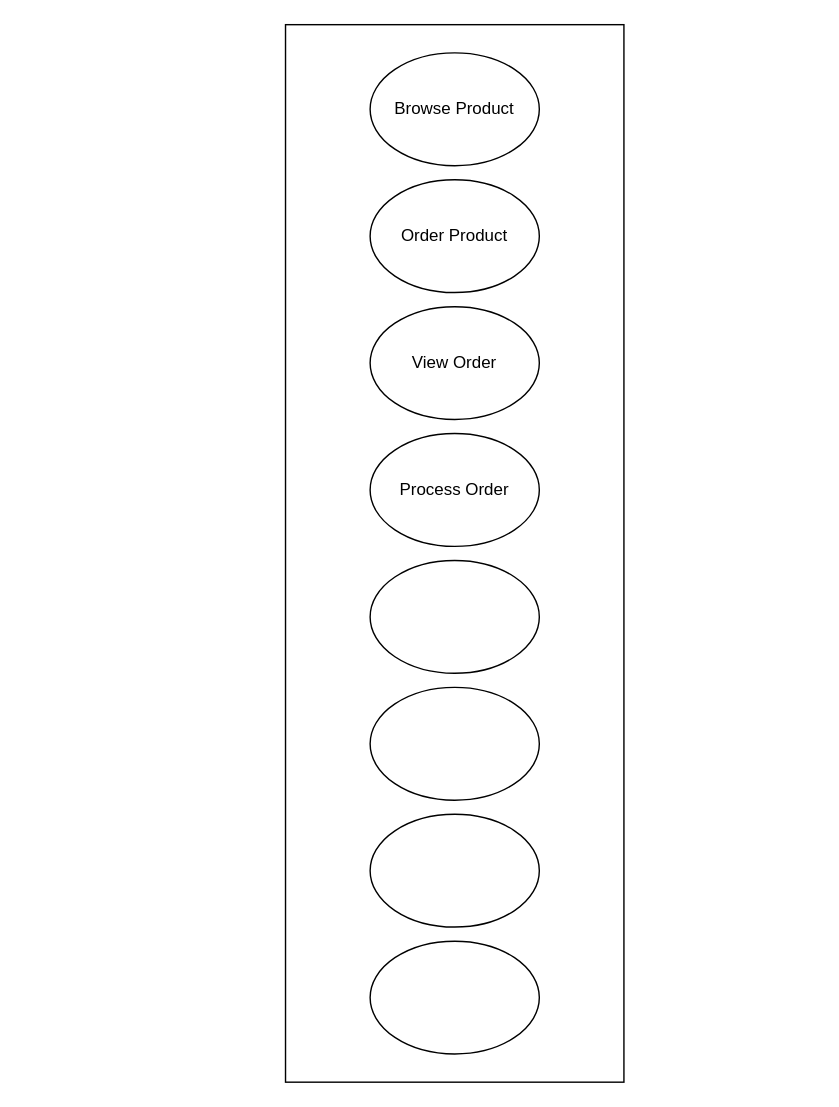
This is page "Use_Case_Diagram" (1 of 4) of Project_Diagrams.drawio from stephencdevaney/TTU_CS5363_Software_Project_Management, a draw.io file, before an edit. Source tidied: cells renumbered, new cells numbered last; positions are measured from the earlier drawing's top-left corner, leaving out a move shared by most shapes. Both pictures are drawn from the tidied source at 141%, with x=0, y=0 at pixel (285, 24).
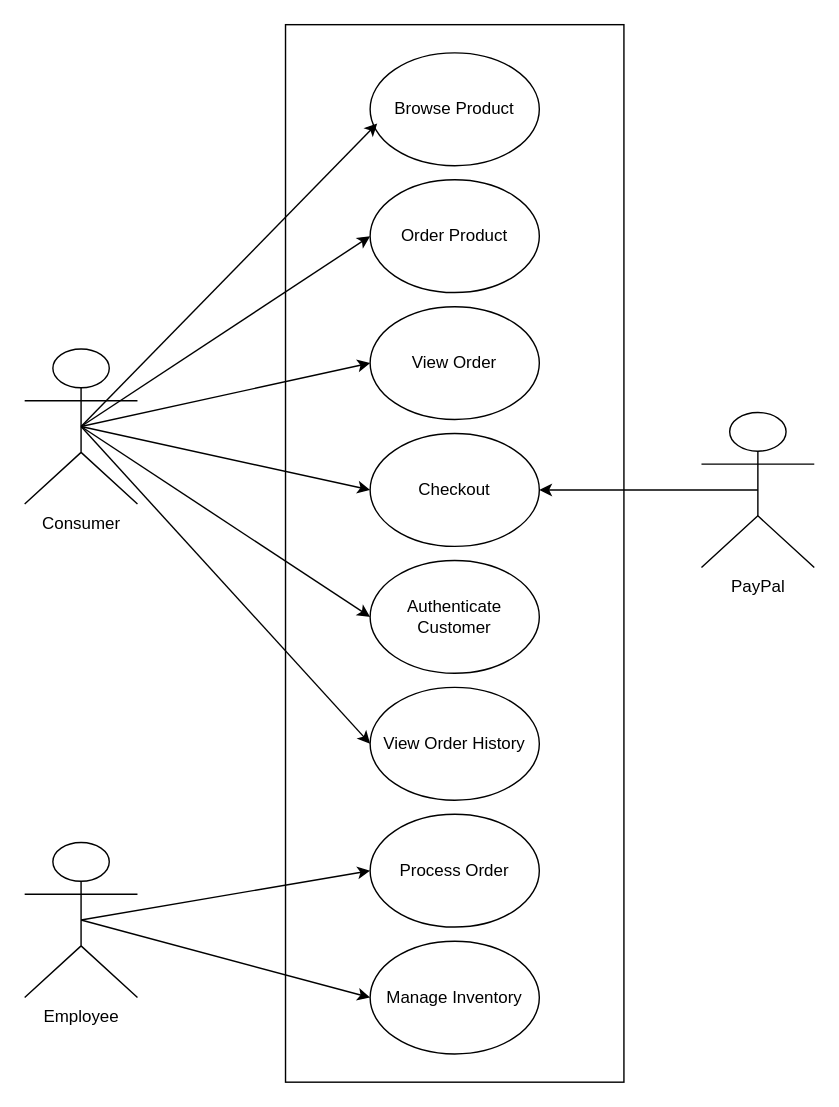
Above is the later version.

Commit message:
Update completed Use Case Diagram

Unchanged cells that the change refers to:
```xml
<mxCell id="2" style="group;" parent="1" vertex="1">
  <mxGeometry width="240" height="750" as="geometry" />
</mxCell>
<mxCell id="4" value="Browse Product" style="ellipse;whiteSpace=wrap;html=1;" parent="2" vertex="1">
  <mxGeometry x="60" y="20" width="120" height="80" as="geometry" />
</mxCell>
<mxCell id="5" value="Order Product" style="ellipse;whiteSpace=wrap;html=1;" parent="2" vertex="1">
  <mxGeometry x="60" y="110" width="120" height="80" as="geometry" />
</mxCell>
<mxCell id="6" value="View Order" style="ellipse;whiteSpace=wrap;html=1;" parent="2" vertex="1">
  <mxGeometry x="60" y="200" width="120" height="80" as="geometry" />
</mxCell>
```

Change to the diagram source:
```diff
@@
+    <mxCell id="12" value="Checkout" style="ellipse;whiteSpace=wrap;html=1;" parent="2" vertex="1">
+      <mxGeometry x="60" y="290" width="120" height="80" as="geometry" />
+    </mxCell>
+    <mxCell id="13" value="Authenticate Customer" style="ellipse;whiteSpace=wrap;html=1;" parent="2" vertex="1">
+      <mxGeometry x="60" y="380" width="120" height="80" as="geometry" />
+    </mxCell>
+    <mxCell id="14" value="View Order History" style="ellipse;whiteSpace=wrap;html=1;" parent="2" vertex="1">
+      <mxGeometry x="60" y="470" width="120" height="80" as="geometry" />
+    </mxCell>
     <mxCell id="7" value="Process Order" style="ellipse;whiteSpace=wrap;html=1;" parent="2" vertex="1">
-      <mxGeometry x="60" y="290" width="120" height="80" as="geometry" />
+      <mxGeometry x="60" y="560" width="120" height="80" as="geometry" />
     </mxCell>
-    <mxCell id="8" style="ellipse;whiteSpace=wrap;html=1;" parent="2" vertex="1">
-      <mxGeometry x="60" y="380" width="120" height="80" as="geometry" />
-    </mxCell>
-    <mxCell id="9" style="ellipse;whiteSpace=wrap;html=1;" parent="2" vertex="1">
-      <mxGeometry x="60" y="470" width="120" height="80" as="geometry" />
-    </mxCell>
-    <mxCell id="10" style="ellipse;whiteSpace=wrap;html=1;" parent="2" vertex="1">
-      <mxGeometry x="60" y="560" width="120" height="80" as="geometry" />
-    </mxCell>
-    <mxCell id="11" style="ellipse;whiteSpace=wrap;html=1;" parent="2" vertex="1">
-      <mxGeometry x="60" y="650" width="120" height="80" as="geometry" />
-    </mxCell>
+    <mxCell id="15" value="Manage Inventory" style="ellipse;whiteSpace=wrap;html=1;" parent="2" vertex="1">
+      <mxGeometry x="60" y="650" width="120" height="80" as="geometry" />
+    </mxCell>
+    <mxCell id="16" style="rounded=0;jettySize=auto;html=1;exitX=0.5;exitY=0.5;exitDx=0;exitDy=0;exitPerimeter=0;entryX=0.042;entryY=0.625;entryDx=0;entryDy=0;entryPerimeter=0;" parent="1" edge="1" source="22" target="4">
+      <mxGeometry relative="1" as="geometry" />
+    </mxCell>
+    <mxCell id="17" style="edgeStyle=none;rounded=0;jettySize=auto;html=1;exitX=0.5;exitY=0.5;exitDx=0;exitDy=0;exitPerimeter=0;entryX=0;entryY=0.5;entryDx=0;entryDy=0;" parent="1" edge="1" source="22" target="5">
+      <mxGeometry relative="1" as="geometry" />
+    </mxCell>
+    <mxCell id="18" style="edgeStyle=none;rounded=0;jettySize=auto;html=1;exitX=0.5;exitY=0.5;exitDx=0;exitDy=0;exitPerimeter=0;entryX=0;entryY=0.5;entryDx=0;entryDy=0;" parent="1" edge="1" source="22" target="6">
+      <mxGeometry relative="1" as="geometry" />
+    </mxCell>
+    <mxCell id="19" style="edgeStyle=none;rounded=0;jettySize=auto;html=1;exitX=0.5;exitY=0.5;exitDx=0;exitDy=0;exitPerimeter=0;entryX=0;entryY=0.5;entryDx=0;entryDy=0;" parent="1" edge="1" source="22" target="12">
+      <mxGeometry relative="1" as="geometry" />
+    </mxCell>
+    <mxCell id="20" style="edgeStyle=none;rounded=0;jettySize=auto;html=1;exitX=0.5;exitY=0.5;exitDx=0;exitDy=0;exitPerimeter=0;entryX=0;entryY=0.5;entryDx=0;entryDy=0;" parent="1" edge="1" source="22" target="13">
+      <mxGeometry relative="1" as="geometry" />
+    </mxCell>
+    <mxCell id="21" style="edgeStyle=none;rounded=0;jettySize=auto;html=1;exitX=0.5;exitY=0.5;exitDx=0;exitDy=0;exitPerimeter=0;entryX=0;entryY=0.5;entryDx=0;entryDy=0;" parent="1" edge="1" source="22" target="14">
+      <mxGeometry relative="1" as="geometry" />
+    </mxCell>
+    <mxCell id="22" value="Consumer" style="shape=umlActor;verticalLabelPosition=bottom;verticalAlign=top;html=1;outlineConnect=0;" parent="1" vertex="1">
+      <mxGeometry x="-185" y="230" width="80" height="110" as="geometry" />
+    </mxCell>
+    <mxCell id="23" style="edgeStyle=none;rounded=0;jettySize=auto;html=1;exitX=0.5;exitY=0.5;exitDx=0;exitDy=0;exitPerimeter=0;entryX=0;entryY=0.5;entryDx=0;entryDy=0;" parent="1" edge="1" source="25" target="7">
+      <mxGeometry relative="1" as="geometry" />
+    </mxCell>
+    <mxCell id="24" style="edgeStyle=none;rounded=0;jettySize=auto;html=1;exitX=0.5;exitY=0.5;exitDx=0;exitDy=0;exitPerimeter=0;entryX=0;entryY=0.5;entryDx=0;entryDy=0;" parent="1" edge="1" source="25" target="15">
+      <mxGeometry relative="1" as="geometry" />
+    </mxCell>
+    <mxCell id="25" value="Employee" style="shape=umlActor;verticalLabelPosition=bottom;verticalAlign=top;html=1;outlineConnect=0;" parent="1" vertex="1">
+      <mxGeometry x="-185" y="580" width="80" height="110" as="geometry" />
+    </mxCell>
+    <mxCell id="26" style="edgeStyle=none;rounded=0;jettySize=auto;html=1;exitX=0.5;exitY=0.5;exitDx=0;exitDy=0;exitPerimeter=0;entryX=1;entryY=0.5;entryDx=0;entryDy=0;" parent="1" edge="1" source="27" target="12">
+      <mxGeometry relative="1" as="geometry" />
+    </mxCell>
+    <mxCell id="27" value="PayPal" style="shape=umlActor;verticalLabelPosition=bottom;verticalAlign=top;html=1;outlineConnect=0;" parent="1" vertex="1">
+      <mxGeometry x="295" y="275" width="80" height="110" as="geometry" />
+    </mxCell>
```
